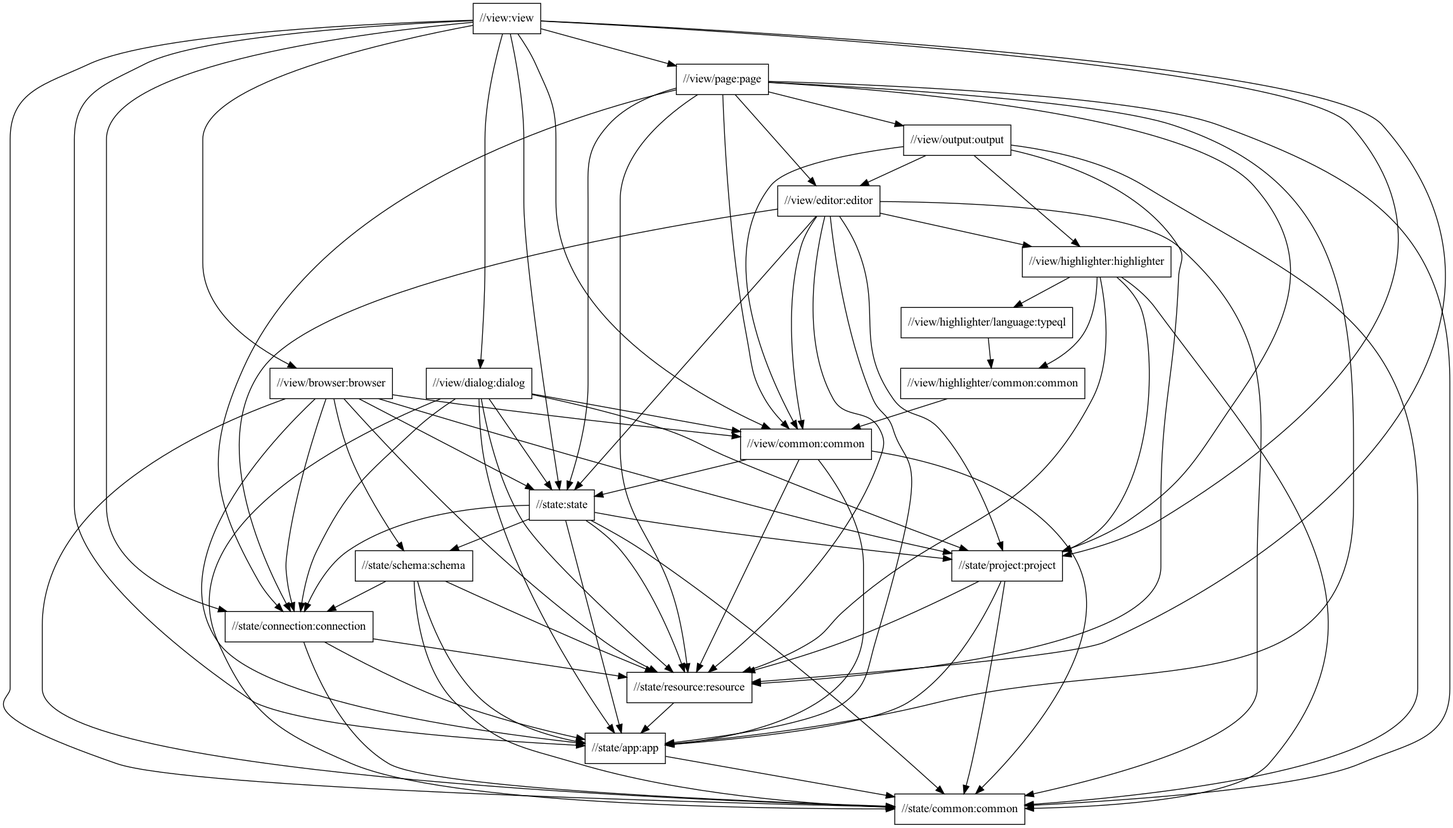
Earlier version of the Graphviz export docs/global-package-structure.png (typedb/typedb-studio). Its source is kept beside it as docs/global-package-structure.dot.
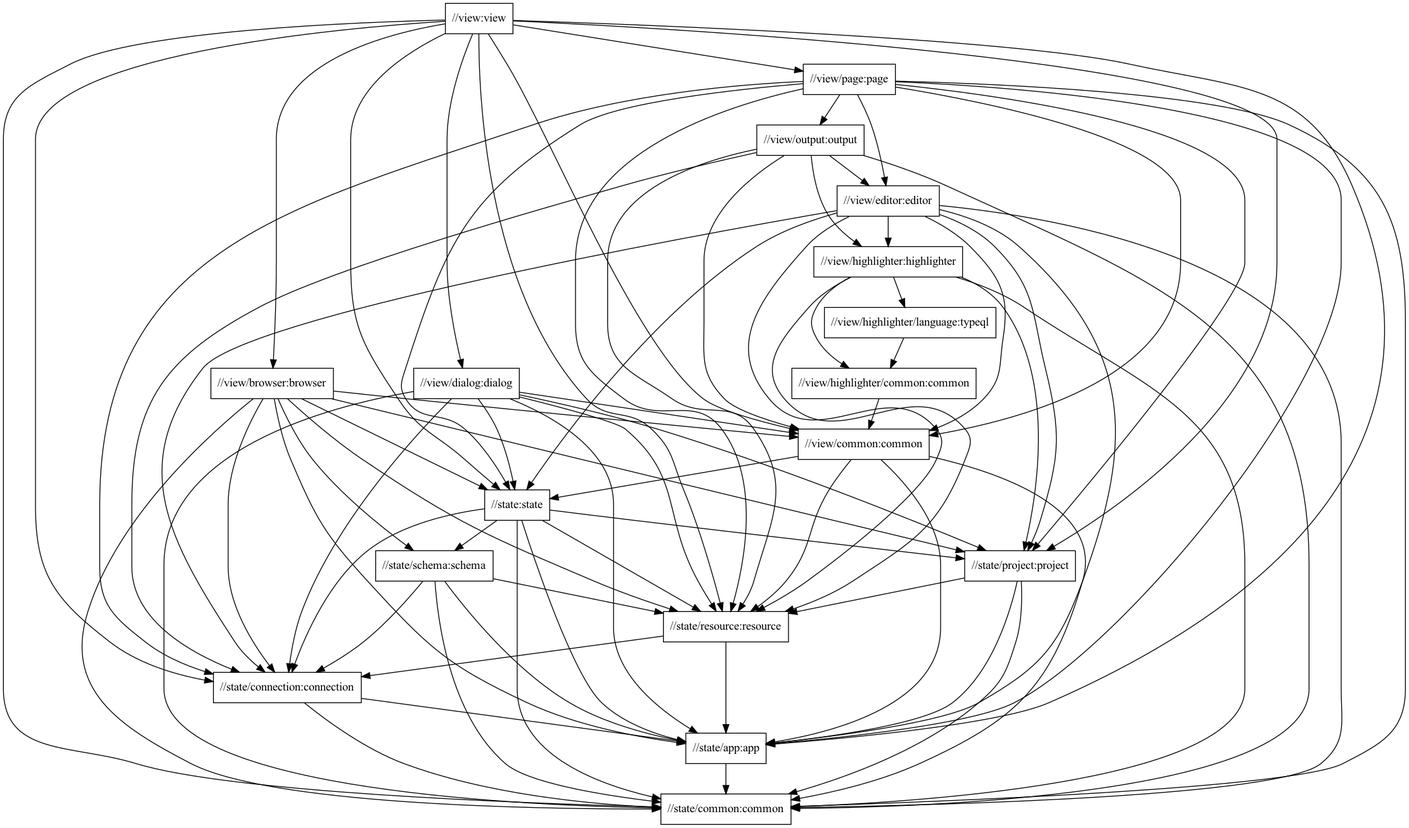
Above is the later version.

Change to the diagram source:
```diff
@@ -11,6 +11,23 @@
   "//view:view" -> "//view/common:common"
   "//view:view" -> "//view/dialog:dialog"
   "//view:view" -> "//view/page:page"
+  "//view/page:page"
+  "//view/page:page" -> "//state:state"
+  "//view/page:page" -> "//state/app:app"
+  "//view/page:page" -> "//state/common:common"
+  "//view/page:page" -> "//state/connection:connection"
+  "//view/page:page" -> "//state/project:project"
+  "//view/page:page" -> "//state/resource:resource"
+  "//view/page:page" -> "//view/common:common"
+  "//view/page:page" -> "//view/editor:editor"
+  "//view/page:page" -> "//view/output:output"
+  "//view/output:output"
+  "//view/output:output" -> "//state/common:common"
+  "//view/output:output" -> "//state/connection:connection"
+  "//view/output:output" -> "//state/resource:resource"
+  "//view/output:output" -> "//view/common:common"
+  "//view/output:output" -> "//view/editor:editor"
+  "//view/output:output" -> "//view/highlighter:highlighter"
   "//view/dialog:dialog"
   "//view/dialog:dialog" -> "//state:state"
   "//view/dialog:dialog" -> "//state/app:app"
@@ -28,22 +45,6 @@
   "//view/browser:browser" -> "//state/resource:resource"
   "//view/browser:browser" -> "//state/schema:schema"
   "//view/browser:browser" -> "//view/common:common"
-  "//view/page:page"
-  "//view/page:page" -> "//state:state"
-  "//view/page:page" -> "//state/app:app"
-  "//view/page:page" -> "//state/common:common"
-  "//view/page:page" -> "//state/connection:connection"
-  "//view/page:page" -> "//state/project:project"
-  "//view/page:page" -> "//state/resource:resource"
-  "//view/page:page" -> "//view/common:common"
-  "//view/page:page" -> "//view/editor:editor"
-  "//view/page:page" -> "//view/output:output"
-  "//view/output:output"
-  "//view/output:output" -> "//state/common:common"
-  "//view/output:output" -> "//state/resource:resource"
-  "//view/output:output" -> "//view/common:common"
-  "//view/output:output" -> "//view/editor:editor"
-  "//view/output:output" -> "//view/highlighter:highlighter"
   "//view/editor:editor"
   "//view/editor:editor" -> "//state:state"
   "//view/editor:editor" -> "//state/app:app"
@@ -64,8 +65,8 @@
   "//view/highlighter/common:common"
   "//view/highlighter/common:common" -> "//view/common:common"
   "//view/common:common"
+  "//view/common:common" -> "//state/common:common"
   "//view/common:common" -> "//state/resource:resource"
-  "//view/common:common" -> "//state/common:common"
   "//view/common:common" -> "//state:state"
   "//view/common:common" -> "//state/app:app"
   "//state:state"
@@ -84,12 +85,12 @@
   "//state/project:project" -> "//state/app:app"
   "//state/project:project" -> "//state/common:common"
   "//state/project:project" -> "//state/resource:resource"
+  "//state/resource:resource"
+  "//state/resource:resource" -> "//state/app:app"
+  "//state/resource:resource" -> "//state/connection:connection"
   "//state/connection:connection"
   "//state/connection:connection" -> "//state/app:app"
   "//state/connection:connection" -> "//state/common:common"
-  "//state/connection:connection" -> "//state/resource:resource"
-  "//state/resource:resource"
-  "//state/resource:resource" -> "//state/app:app"
   "//state/app:app"
   "//state/app:app" -> "//state/common:common"
   "//state/common:common"
```
